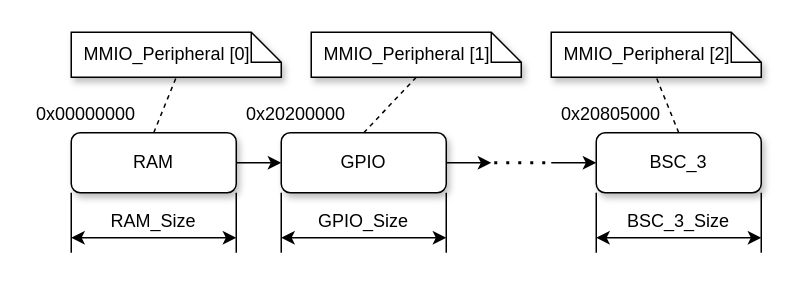
Before: docs/diagrams/bus/bus_peripherals.drawio in silhavyj/ZeroMate, a draw.io diagram. Source tidied: cells renumbered, new cells numbered last; positions are measured from the earlier drawing's top-left corner, leaving out a move shared by most shapes. Both pictures are drawn from the tidied source at 150%, with x=0, y=0 at pixel (26, 32).
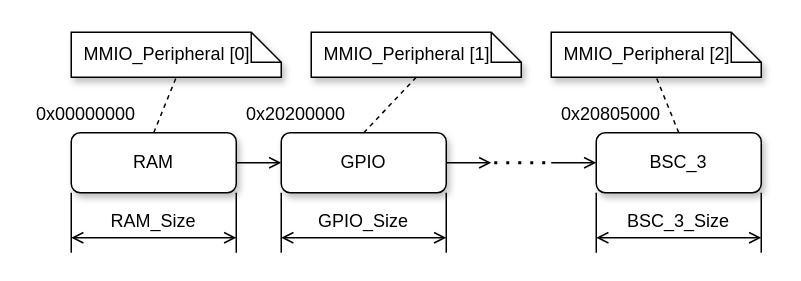
The same diagram, later.

Unchanged cells that the change refers to:
```xml
<mxCell id="3" value="RAM" style="rounded=1;whiteSpace=wrap;html=1;shadow=1;glass=0;fontFamily=Computer Modern;" parent="1" vertex="1">
  <mxGeometry x="30" y="67" width="110" height="40" as="geometry" />
</mxCell>
<mxCell id="11" value="GPIO" style="rounded=1;whiteSpace=wrap;html=1;shadow=1;glass=0;fontFamily=Computer Modern;" parent="1" vertex="1">
  <mxGeometry x="170" y="67" width="110" height="40" as="geometry" />
</mxCell>
<mxCell id="17" value="BSC_3" style="rounded=1;whiteSpace=wrap;html=1;shadow=1;glass=0;fontFamily=Computer Modern;" parent="1" vertex="1">
  <mxGeometry x="380" y="67" width="110" height="40" as="geometry" />
</mxCell>
```

What changed in the source:
```diff
@@
-    <mxCell id="2" style="edgeStyle=orthogonalEdgeStyle;rounded=0;jettySize=auto;html=1;exitX=1;exitY=0.5;exitDx=0;exitDy=0;entryX=0;entryY=0.5;entryDx=0;entryDy=0;" parent="1" edge="1" source="3" target="11">
+    <mxCell id="2" style="edgeStyle=orthogonalEdgeStyle;rounded=0;jettySize=auto;html=1;exitX=1;exitY=0.5;exitDx=0;exitDy=0;entryX=0;entryY=0.5;entryDx=0;entryDy=0;endArrow=open;endFill=0;" parent="1" edge="1" source="3" target="11">
       <mxGeometry relative="1" as="geometry" />
     </mxCell>
@@
-    <mxCell id="9" style="endArrow=classic;startArrow=classic;html=1;rounded=0;" parent="1" edge="1">
+    <mxCell id="9" style="endArrow=open;startArrow=open;html=1;rounded=0;startFill=0;endFill=0;" parent="1" edge="1">
       <mxGeometry relative="1" as="geometry">
         <mxPoint x="30" y="137" as="sourcePoint" />
         <mxPoint x="140" y="137" as="targetPoint" />
       </mxGeometry>
     </mxCell>
-    <mxCell id="10" style="edgeStyle=orthogonalEdgeStyle;rounded=0;jettySize=auto;html=1;exitX=1;exitY=0.5;exitDx=0;exitDy=0;" parent="1" edge="1" source="11">
+    <mxCell id="10" style="edgeStyle=orthogonalEdgeStyle;rounded=0;jettySize=auto;html=1;exitX=1;exitY=0.5;exitDx=0;exitDy=0;endArrow=open;endFill=0;" parent="1" edge="1" source="11">
       <mxGeometry relative="1" as="geometry">
         <mxPoint x="310" y="87.1" as="targetPoint" />
       </mxGeometry>
     </mxCell>
@@
-    <mxCell id="16" style="endArrow=classic;startArrow=classic;html=1;rounded=0;" parent="1" edge="1">
+    <mxCell id="16" style="endArrow=open;startArrow=open;html=1;rounded=0;startFill=0;endFill=0;" parent="1" edge="1">
       <mxGeometry relative="1" as="geometry">
         <mxPoint x="170" y="137" as="sourcePoint" />
         <mxPoint x="280" y="137" as="targetPoint" />
       </mxGeometry>
     </mxCell>
@@
-    <mxCell id="22" style="endArrow=classic;startArrow=classic;html=1;rounded=0;" parent="1" edge="1">
+    <mxCell id="22" style="endArrow=open;startArrow=open;html=1;rounded=0;startFill=0;endFill=0;" parent="1" edge="1">
       <mxGeometry relative="1" as="geometry">
         <mxPoint x="380" y="137" as="sourcePoint" />
         <mxPoint x="490" y="137" as="targetPoint" />
       </mxGeometry>
     </mxCell>
-    <mxCell id="23" style="edgeStyle=orthogonalEdgeStyle;rounded=0;jettySize=auto;html=1;entryX=0;entryY=0.5;entryDx=0;entryDy=0;" parent="1" edge="1" target="17">
+    <mxCell id="23" style="edgeStyle=orthogonalEdgeStyle;rounded=0;jettySize=auto;html=1;entryX=0;entryY=0.5;entryDx=0;entryDy=0;endArrow=open;endFill=0;" parent="1" edge="1" target="17">
       <mxGeometry relative="1" as="geometry">
         <mxPoint x="350" y="87" as="sourcePoint" />
         <Array as="points">
           <mxPoint x="350" y="87" />
         </Array>
       </mxGeometry>
     </mxCell>
```
